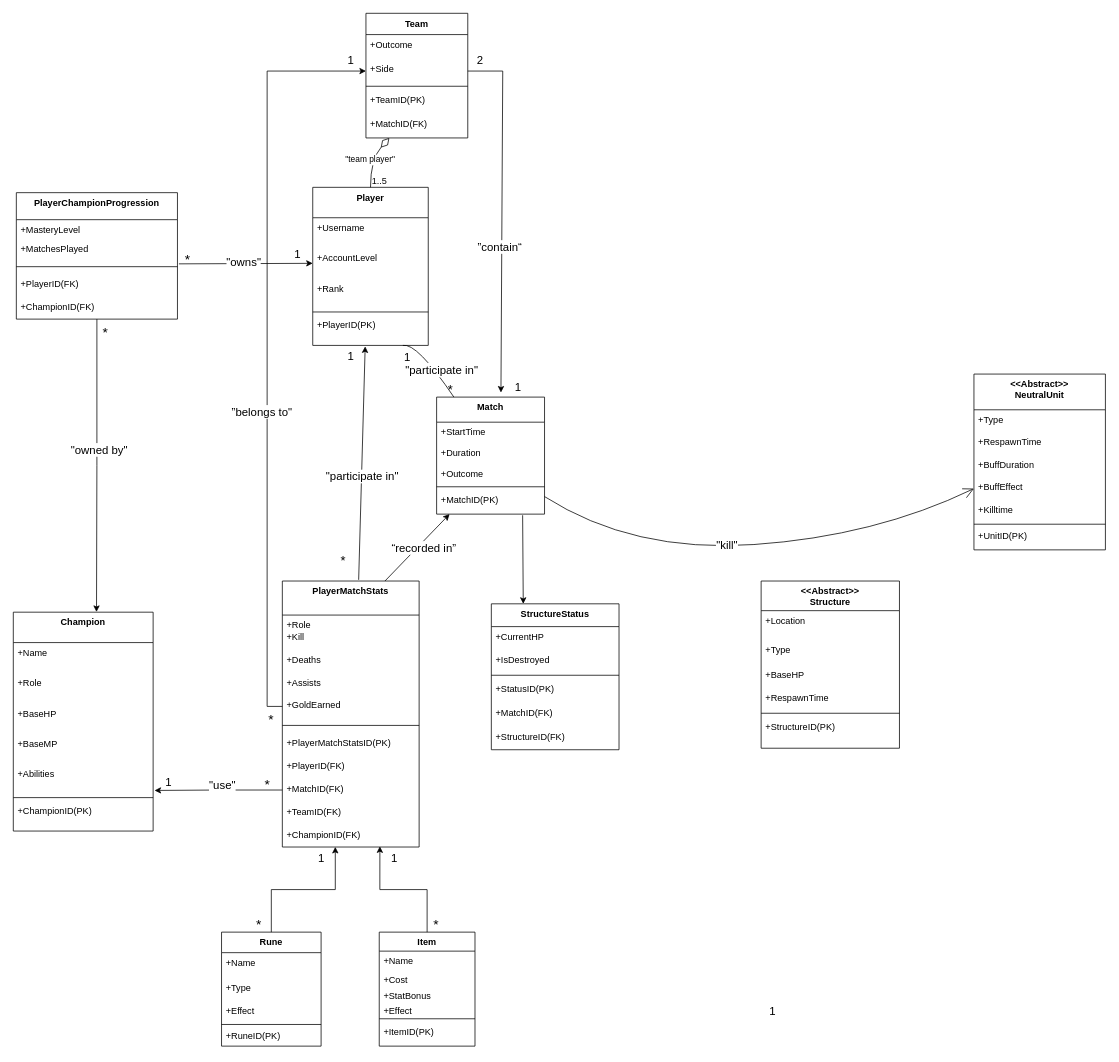
Above: 测试1.drawio in mushroomAAA/draw.io (draw.io), before the change. Source tidied: cells renumbered, new cells numbered last; positions are measured from the earlier drawing's top-left corner, leaving out a move shared by most shapes. Both pictures are drawn from the tidied source at 76%, with x=0, y=0 at pixel (13, 13).
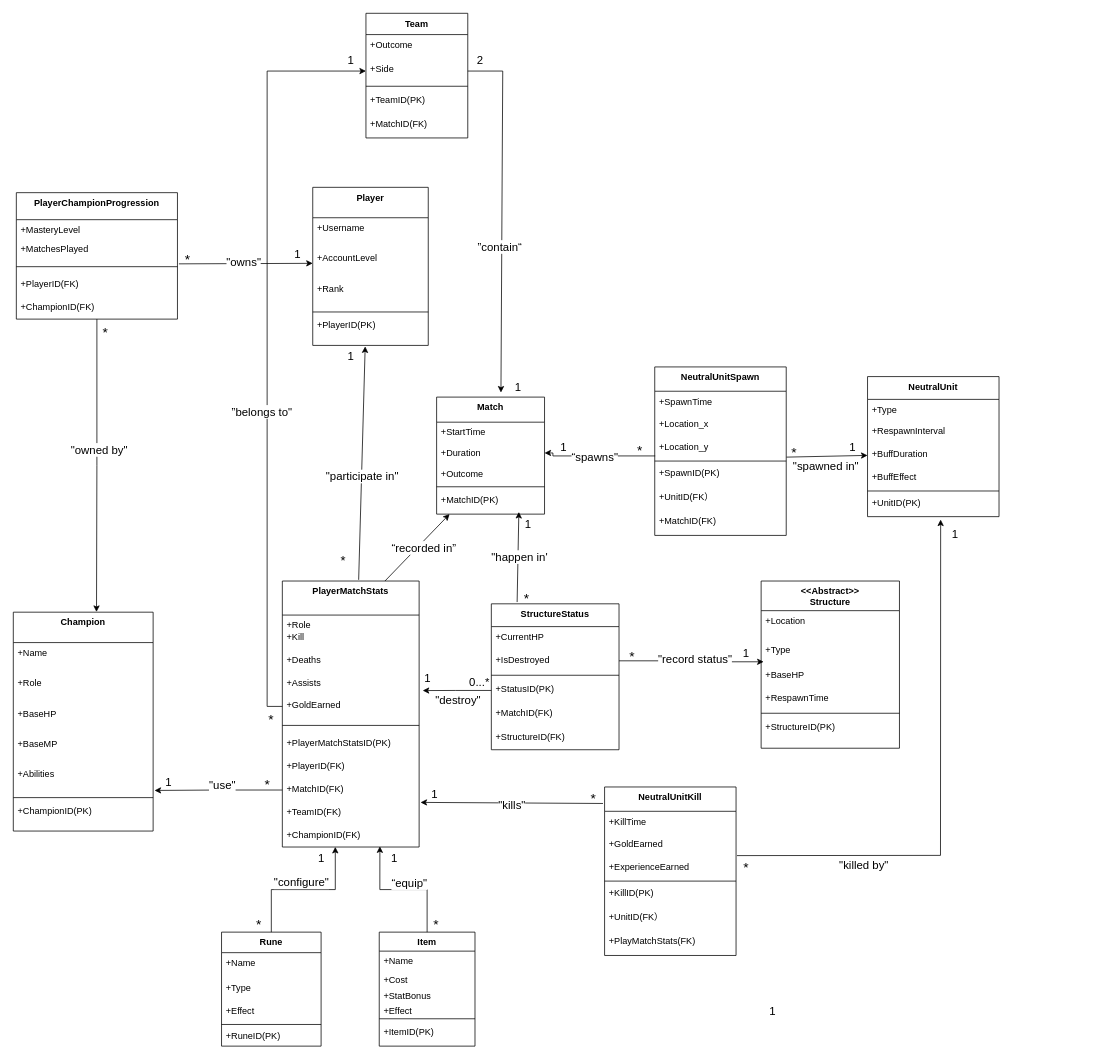
The same page after the edit.

The change refers to these unchanged cells:
```xml
<mxCell id="5" value="+BaseHP" style="text;strokeColor=none;fillColor=none;align=left;verticalAlign=top;spacingLeft=4;spacingRight=4;overflow=hidden;points=[[0,0.5],[1,0.5]];portConstraint=eastwest;" parent="2" vertex="1">
  <mxGeometry y="110" width="182" height="30" as="geometry" />
</mxCell>
<mxCell id="17" value="Team" style="swimlane;fontStyle=1;align=center;verticalAlign=top;horizontal=1;startSize=28;" parent="1" vertex="1">
  <mxGeometry x="464" width="134" height="164" as="geometry" />
</mxCell>
<mxCell id="23" value="Player" style="swimlane;fontStyle=1;align=center;verticalAlign=top;horizontal=1;startSize=40;" parent="1" vertex="1">
  <mxGeometry x="394" y="229" width="152" height="208" as="geometry" />
</mxCell>
<mxCell id="37" value="Match" style="swimlane;fontStyle=1;align=center;verticalAlign=top;horizontal=1;startSize=33;" parent="1" vertex="1">
  <mxGeometry x="557" y="505" width="142" height="154" as="geometry" />
</mxCell>
<mxCell id="39" value="+Duration" style="text;strokeColor=none;fillColor=none;align=left;verticalAlign=top;spacingLeft=4;spacingRight=4;overflow=hidden;points=[[0,0.5],[1,0.5]];portConstraint=eastwest;" parent="37" vertex="1">
  <mxGeometry y="60" width="142" height="27" as="geometry" />
</mxCell>
<mxCell id="42" value="+MatchID(PK)" style="text;strokeColor=none;fillColor=none;align=left;verticalAlign=top;spacingLeft=4;spacingRight=4;overflow=hidden;points=[[0,0.5],[1,0.5]];portConstraint=eastwest;" parent="37" vertex="1">
  <mxGeometry y="122" width="142" height="32" as="geometry" />
</mxCell>
<mxCell id="67" value="+GoldEarned" style="text;strokeColor=none;fillColor=none;align=left;verticalAlign=top;spacingLeft=4;spacingRight=4;overflow=hidden;points=[[0,0.5],[1,0.5]];portConstraint=eastwest;" parent="62" vertex="1">
  <mxGeometry y="150" width="180" height="30" as="geometry" />
</mxCell>
<mxCell id="72" value="+TeamID(FK)" style="text;strokeColor=none;fillColor=none;align=left;verticalAlign=top;spacingLeft=4;spacingRight=4;overflow=hidden;points=[[0,0.5],[1,0.5]];portConstraint=eastwest;" parent="62" vertex="1">
  <mxGeometry y="290" width="180" height="30" as="geometry" />
</mxCell>
<mxCell id="85" value="StructureStatus" style="swimlane;fontStyle=1;align=center;verticalAlign=top;horizontal=1;startSize=30;" parent="1" vertex="1">
  <mxGeometry x="629" y="777" width="168" height="192" as="geometry" />
</mxCell>
<mxCell id="87" value="+IsDestroyed" style="text;strokeColor=none;fillColor=none;align=left;verticalAlign=top;spacingLeft=4;spacingRight=4;overflow=hidden;points=[[0,0.5],[1,0.5]];portConstraint=eastwest;" parent="85" vertex="1">
  <mxGeometry y="60" width="168" height="30" as="geometry" />
</mxCell>
<mxCell id="89" value="+StatusID(PK)" style="text;strokeColor=none;fillColor=none;align=left;verticalAlign=top;spacingLeft=4;spacingRight=4;overflow=hidden;points=[[0,0.5],[1,0.5]];portConstraint=eastwest;" parent="85" vertex="1">
  <mxGeometry y="98" width="168" height="32" as="geometry" />
</mxCell>
<mxCell id="114" style="edgeStyle=orthogonalEdgeStyle;rounded=0;jettySize=auto;html=1;entryX=0.713;entryY=0.971;entryDx=0;entryDy=0;entryPerimeter=0;" parent="1" edge="1" source="43" target="73">
  <mxGeometry relative="1" as="geometry" />
</mxCell>
<mxCell id="115" style="edgeStyle=orthogonalEdgeStyle;rounded=0;jettySize=auto;html=1;entryX=0.387;entryY=0.995;entryDx=0;entryDy=0;entryPerimeter=0;" parent="1" edge="1" source="50" target="73">
  <mxGeometry relative="1" as="geometry" />
</mxCell>
```

Diff of the diagram source:
```diff
@@
-    <mxCell id="9" value="&lt;&lt;Abstract&gt;&gt;&#10;NeutralUnit" style="swimlane;fontStyle=1;align=center;verticalAlign=top;horizontal=1;startSize=47;" parent="1" vertex="1">
-      <mxGeometry x="1264" y="474.7" width="173" height="231.3" as="geometry" />
+    <mxCell id="9" value="NeutralUnit" style="swimlane;fontStyle=1;align=center;verticalAlign=top;horizontal=1;startSize=30;" parent="1" vertex="1">
+      <mxGeometry x="1124" y="478" width="173" height="184.3" as="geometry" />
     </mxCell>
     <mxCell id="10" value="+Type" style="text;strokeColor=none;fillColor=none;align=left;verticalAlign=top;spacingLeft=4;spacingRight=4;overflow=hidden;" parent="9" vertex="1">
-      <mxGeometry y="47" width="173" height="28.7" as="geometry" />
+      <mxGeometry y="30" width="173" height="28.7" as="geometry" />
     </mxCell>
-    <mxCell id="11" value="+RespawnTime" style="text;strokeColor=none;fillColor=none;align=left;verticalAlign=top;spacingLeft=4;spacingRight=4;overflow=hidden;" parent="9" vertex="1">
-      <mxGeometry y="75.7" width="173" height="30" as="geometry" />
+    <mxCell id="11" value="+RespawnInterval" style="text;strokeColor=none;fillColor=none;align=left;verticalAlign=top;spacingLeft=4;spacingRight=4;overflow=hidden;" parent="9" vertex="1">
+      <mxGeometry y="58.7" width="173" height="30" as="geometry" />
     </mxCell>
     <mxCell id="12" value="+BuffDuration" style="text;strokeColor=none;fillColor=none;align=left;verticalAlign=top;spacingLeft=4;spacingRight=4;overflow=hidden;points=[[0,0.5],[1,0.5]];portConstraint=eastwest;" parent="9" vertex="1">
-      <mxGeometry y="105.7" width="173" height="30" as="geometry" />
+      <mxGeometry y="88.7" width="173" height="30" as="geometry" />
     </mxCell>
     <mxCell id="13" value="+BuffEffect" style="text;strokeColor=none;fillColor=none;align=left;verticalAlign=top;spacingLeft=4;spacingRight=4;overflow=hidden;points=[[0,0.5],[1,0.5]];portConstraint=eastwest;" parent="9" vertex="1">
-      <mxGeometry y="135.7" width="173" height="30" as="geometry" />
+      <mxGeometry y="118.7" width="173" height="30" as="geometry" />
     </mxCell>
-    <mxCell id="14" value="+Killtime" style="text;strokeColor=none;fillColor=none;align=left;verticalAlign=top;spacingLeft=4;spacingRight=4;overflow=hidden;" parent="9" vertex="1">
-      <mxGeometry y="165.7" width="173" height="30" as="geometry" />
-    </mxCell>
     <mxCell id="15" style="line;strokeWidth=1;fillColor=none;align=left;verticalAlign=middle;spacingTop=-1;spacingLeft=3;spacingRight=3;labelPosition=right;strokeColor=inherit;" parent="9" vertex="1">
-      <mxGeometry y="195.7" width="173" height="3.7" as="geometry" />
+      <mxGeometry y="148.7" width="173" height="3.7" as="geometry" />
     </mxCell>
     <mxCell id="16" value="+UnitID(PK)" style="text;strokeColor=none;fillColor=none;align=left;verticalAlign=top;spacingLeft=4;spacingRight=4;overflow=hidden;points=[[0,0.5],[1,0.5]];portConstraint=eastwest;" parent="9" vertex="1">
-      <mxGeometry y="199.3" width="173" height="32" as="geometry" />
+      <mxGeometry y="152.3" width="173" height="32" as="geometry" />
     </mxCell>
@@
-    <mxCell id="74" value="&quot;team player&quot;" style="curved=1;startArrow=diamondThin;startSize=14;startFill=0;endArrow=none;exitX=0.23;exitY=1;entryX=0.5;entryY=0;rounded=0;" parent="1" edge="1" source="17" target="23">
-      <mxGeometry relative="1" as="geometry">
-        <Array as="points">
-          <mxPoint x="470" y="192" />
-        </Array>
-      </mxGeometry>
-    </mxCell>
-    <mxCell id="75" value="1..5" style="edgeLabel;labelBackgroundColor=none;fontSize=12;align=left;verticalAlign=bottom;" parent="74" vertex="1">
-      <mxGeometry x="1" relative="1" as="geometry" />
-    </mxCell>
-    <mxCell id="76" value="&quot;participate in&quot;" style="curved=1;startArrow=none;endArrow=none;exitX=0.78;exitY=1;entryX=0.16;entryY=0;rounded=0;fontSize=15;" parent="1" edge="1" source="23" target="37">
-      <mxGeometry x="0.25" y="8" relative="1" as="geometry">
-        <Array as="points">
-          <mxPoint x="531" y="433" />
-        </Array>
-        <mxPoint y="1" as="offset" />
-      </mxGeometry>
-    </mxCell>
-    <mxCell id="77" value="1" style="edgeLabel;labelBackgroundColor=none;fontSize=15;align=left;verticalAlign=top;" parent="76" vertex="1">
-      <mxGeometry x="-1" relative="1" as="geometry" />
-    </mxCell>
-    <mxCell id="78" value="*" style="edgeLabel;labelBackgroundColor=none;fontSize=17;align=right;verticalAlign=bottom;" parent="76" vertex="1">
-      <mxGeometry x="1" relative="1" as="geometry" />
-    </mxCell>
-    <mxCell id="79" style="curved=1;startArrow=none;endArrow=open;endSize=12;exitX=1;exitY=0.85;rounded=0;entryX=0;entryY=0.5;entryDx=0;entryDy=0;" parent="1" edge="1" source="37" target="13">
-      <mxGeometry relative="1" as="geometry">
-        <Array as="points">
-          <mxPoint x="815" y="710" />
-          <mxPoint x="1134" y="688" />
-        </Array>
-      </mxGeometry>
-    </mxCell>
-    <mxCell id="80" value="&quot;kill&quot;" style="edgeLabel;html=1;align=center;verticalAlign=middle;fontSize=15;" parent="79" vertex="1">
-      <mxGeometry x="-0.13" y="2" relative="1" as="geometry" />
-    </mxCell>
@@
+    <mxCell id="121" value="“equip&quot;" style="edgeLabel;html=1;align=center;verticalAlign=middle;fontSize=15;" parent="114" vertex="1">
+      <mxGeometry x="-0.16" relative="1" as="geometry">
+        <mxPoint x="-6" y="-10" as="offset" />
+      </mxGeometry>
+    </mxCell>
@@
+    <mxCell id="122" value="&quot;configure&quot;" style="edgeLabel;html=1;align=center;verticalAlign=middle;fontSize=15;" parent="115" vertex="1">
+      <mxGeometry x="0.04" y="-1" relative="1" as="geometry">
+        <mxPoint x="-7" y="-12" as="offset" />
+      </mxGeometry>
+    </mxCell>
@@
-    <mxCell id="120" style="endArrow=classic;html=1;rounded=0;entryX=0.25;entryY=0;entryDx=0;entryDy=0;exitX=0.797;exitY=1.045;exitDx=0;exitDy=0;exitPerimeter=0;" parent="1" edge="1" source="42" target="85">
-      <mxGeometry relative="1" as="geometry" />
-    </mxCell>
+    <mxCell id="123" style="edgeStyle=orthogonalEdgeStyle;rounded=0;jettySize=auto;html=1;exitX=1;exitY=0.5;exitDx=0;exitDy=0;entryX=0.018;entryY=-0.124;entryDx=0;entryDy=0;entryPerimeter=0;" parent="1" edge="1" source="87" target="5">
+      <mxGeometry relative="1" as="geometry" />
+    </mxCell>
+    <mxCell id="124" value="&quot;record status&quot;" style="edgeLabel;html=1;align=center;verticalAlign=middle;fontSize=15;" parent="123" vertex="1">
+      <mxGeometry x="0.07" y="4" relative="1" as="geometry">
+        <mxPoint x="-1" as="offset" />
+      </mxGeometry>
+    </mxCell>
+    <mxCell id="125" value="1" style="text;html=1;align=center;verticalAlign=middle;strokeColor=none;fillColor=none;fontSize=15;" parent="1" vertex="1">
+      <mxGeometry x="949" y="826" width="30" height="30" as="geometry" />
+    </mxCell>
+    <mxCell id="126" value="*" style="text;html=1;align=center;verticalAlign=middle;strokeColor=none;fillColor=none;fontSize=18;" parent="1" vertex="1">
+      <mxGeometry x="799" y="827" width="30" height="40" as="geometry" />
+    </mxCell>
+    <mxCell id="127" style="endArrow=classic;html=1;rounded=0;entryX=0.762;entryY=0.911;entryDx=0;entryDy=0;entryPerimeter=0;exitX=0.202;exitY=-0.012;exitDx=0;exitDy=0;exitPerimeter=0;" parent="1" edge="1" source="85" target="42">
+      <mxGeometry relative="1" as="geometry" />
+    </mxCell>
+    <mxCell id="128" value="&quot;happen in'" style="edgeLabel;html=1;align=center;verticalAlign=middle;fontSize=15;" parent="127" vertex="1">
+      <mxGeometry x="0.01" y="-1" relative="1" as="geometry" />
+    </mxCell>
+    <mxCell id="129" value="1" style="text;html=1;align=center;verticalAlign=middle;strokeColor=none;fillColor=none;fontSize=15;" parent="1" vertex="1">
+      <mxGeometry x="662" y="657" width="30" height="30" as="geometry" />
+    </mxCell>
+    <mxCell id="130" value="*" style="text;html=1;align=center;verticalAlign=middle;strokeColor=none;fillColor=none;fontSize=18;" parent="1" vertex="1">
+      <mxGeometry x="660" y="751" width="30" height="40" as="geometry" />
+    </mxCell>
+    <mxCell id="131" style="edgeStyle=orthogonalEdgeStyle;rounded=0;jettySize=auto;html=1;entryX=1.026;entryY=-0.195;entryDx=0;entryDy=0;entryPerimeter=0;" parent="1" edge="1" source="89" target="67">
+      <mxGeometry relative="1" as="geometry" />
+    </mxCell>
+    <mxCell id="132" value="&quot;destroy&quot;" style="edgeLabel;html=1;align=center;verticalAlign=middle;fontSize=15;" parent="131" vertex="1">
+      <mxGeometry x="-0.06" y="2" relative="1" as="geometry">
+        <mxPoint x="-2" y="9" as="offset" />
+      </mxGeometry>
+    </mxCell>
+    <mxCell id="133" value="1" style="text;html=1;align=center;verticalAlign=middle;strokeColor=none;fillColor=none;fontSize=15;" parent="1" vertex="1">
+      <mxGeometry x="530" y="860" width="30" height="30" as="geometry" />
+    </mxCell>
+    <mxCell id="134" value="0...*" style="text;html=1;align=center;verticalAlign=middle;strokeColor=none;fillColor=none;fontSize=15;" parent="1" vertex="1">
+      <mxGeometry x="588" y="864" width="50" height="30" as="geometry" />
+    </mxCell>
+    <mxCell id="135" value="NeutralUnitSpawn" style="swimlane;fontStyle=1;align=center;verticalAlign=top;horizontal=1;startSize=32;" parent="1" vertex="1">
+      <mxGeometry x="844" y="465.3" width="173" height="221.7" as="geometry" />
+    </mxCell>
+    <mxCell id="136" value="+SpawnTime" style="text;strokeColor=none;fillColor=none;align=left;verticalAlign=top;spacingLeft=4;spacingRight=4;overflow=hidden;" parent="135" vertex="1">
+      <mxGeometry y="32" width="173" height="30" as="geometry" />
+    </mxCell>
+    <mxCell id="137" value="+Location_x" style="text;strokeColor=none;fillColor=none;align=left;verticalAlign=top;spacingLeft=4;spacingRight=4;overflow=hidden;" parent="135" vertex="1">
+      <mxGeometry y="62" width="173" height="30" as="geometry" />
+    </mxCell>
+    <mxCell id="138" value="+Location_y" style="text;strokeColor=none;fillColor=none;align=left;verticalAlign=top;spacingLeft=4;spacingRight=4;overflow=hidden;" parent="135" vertex="1">
+      <mxGeometry y="92" width="173" height="30" as="geometry" />
+    </mxCell>
+    <mxCell id="139" style="line;strokeWidth=1;fillColor=none;align=left;verticalAlign=middle;spacingTop=-1;spacingLeft=3;spacingRight=3;labelPosition=right;strokeColor=inherit;" parent="135" vertex="1">
+      <mxGeometry y="122" width="173" height="3.7" as="geometry" />
+    </mxCell>
+    <mxCell id="140" value="+SpawnID(PK)" style="text;strokeColor=none;fillColor=none;align=left;verticalAlign=top;spacingLeft=4;spacingRight=4;overflow=hidden;points=[[0,0.5],[1,0.5]];portConstraint=eastwest;" parent="135" vertex="1">
+      <mxGeometry y="125.7" width="173" height="32" as="geometry" />
+    </mxCell>
+    <mxCell id="141" value="+UnitID(FK）" style="text;strokeColor=none;fillColor=none;align=left;verticalAlign=top;spacingLeft=4;spacingRight=4;overflow=hidden;" parent="135" vertex="1">
+      <mxGeometry y="157.7" width="173" height="32" as="geometry" />
+    </mxCell>
+    <mxCell id="142" value="+MatchID(FK)" style="text;strokeColor=none;fillColor=none;align=left;verticalAlign=top;spacingLeft=4;spacingRight=4;overflow=hidden;" parent="135" vertex="1">
+      <mxGeometry y="189.7" width="173" height="32" as="geometry" />
+    </mxCell>
+    <mxCell id="143" value="NeutralUnitKill" style="swimlane;fontStyle=1;align=center;verticalAlign=top;horizontal=1;startSize=32;" parent="1" vertex="1">
+      <mxGeometry x="778" y="1018" width="173" height="221.7" as="geometry" />
+    </mxCell>
+    <mxCell id="144" value="+KillTime" style="text;strokeColor=none;fillColor=none;align=left;verticalAlign=top;spacingLeft=4;spacingRight=4;overflow=hidden;points=[[0,0.5],[1,0.5]];portConstraint=eastwest;" parent="143" vertex="1">
+      <mxGeometry y="32" width="173" height="30" as="geometry" />
+    </mxCell>
+    <mxCell id="145" value="+GoldEarned" style="text;strokeColor=none;fillColor=none;align=left;verticalAlign=top;spacingLeft=4;spacingRight=4;overflow=hidden;" parent="143" vertex="1">
+      <mxGeometry y="62" width="173" height="30" as="geometry" />
+    </mxCell>
+    <mxCell id="146" value="+ExperienceEarned" style="text;strokeColor=none;fillColor=none;align=left;verticalAlign=top;spacingLeft=4;spacingRight=4;overflow=hidden;points=[[0,0.5],[1,0.5]];portConstraint=eastwest;" parent="143" vertex="1">
+      <mxGeometry y="92" width="173" height="30" as="geometry" />
+    </mxCell>
+    <mxCell id="147" style="line;strokeWidth=1;fillColor=none;align=left;verticalAlign=middle;spacingTop=-1;spacingLeft=3;spacingRight=3;labelPosition=right;strokeColor=inherit;" parent="143" vertex="1">
+      <mxGeometry y="122" width="173" height="3.7" as="geometry" />
+    </mxCell>
+    <mxCell id="148" value="+KillID(PK)" style="text;strokeColor=none;fillColor=none;align=left;verticalAlign=top;spacingLeft=4;spacingRight=4;overflow=hidden;" parent="143" vertex="1">
+      <mxGeometry y="125.7" width="173" height="32" as="geometry" />
+    </mxCell>
+    <mxCell id="149" value="+UnitID(FK）" style="text;strokeColor=none;fillColor=none;align=left;verticalAlign=top;spacingLeft=4;spacingRight=4;overflow=hidden;" parent="143" vertex="1">
+      <mxGeometry y="157.7" width="173" height="32" as="geometry" />
+    </mxCell>
+    <mxCell id="150" value="+PlayMatchStats(FK)" style="text;strokeColor=none;fillColor=none;align=left;verticalAlign=top;spacingLeft=4;spacingRight=4;overflow=hidden;" parent="143" vertex="1">
+      <mxGeometry y="189.7" width="173" height="32" as="geometry" />
+    </mxCell>
+    <mxCell id="151" style="edgeStyle=orthogonalEdgeStyle;rounded=0;jettySize=auto;html=1;entryX=1;entryY=0.5;entryDx=0;entryDy=0;" parent="1" edge="1" target="39">
+      <mxGeometry relative="1" as="geometry">
+        <mxPoint x="844.6" y="582.4" as="sourcePoint" />
+        <Array as="points">
+          <mxPoint x="710" y="582" />
+          <mxPoint x="710" y="578" />
+        </Array>
+      </mxGeometry>
+    </mxCell>
+    <mxCell id="152" value="“spawns&quot;" style="edgeLabel;html=1;align=center;verticalAlign=middle;fontSize=15;" parent="151" vertex="1">
+      <mxGeometry x="0.07" y="4" relative="1" as="geometry">
+        <mxPoint y="-3" as="offset" />
+      </mxGeometry>
+    </mxCell>
+    <mxCell id="153" style="endArrow=classic;html=1;rounded=0;entryX=0;entryY=0.5;entryDx=0;entryDy=0;exitX=1.002;exitY=-0.219;exitDx=0;exitDy=0;exitPerimeter=0;" parent="1" edge="1" source="140" target="12">
+      <mxGeometry relative="1" as="geometry" />
+    </mxCell>
+    <mxCell id="154" value="&quot;spawned in&quot;" style="edgeLabel;html=1;align=center;verticalAlign=middle;fontSize=15;" parent="153" vertex="1">
+      <mxGeometry x="-0.04" y="-5" relative="1" as="geometry">
+        <mxPoint y="7" as="offset" />
+      </mxGeometry>
+    </mxCell>
+    <mxCell id="155" value="1" style="text;html=1;align=center;verticalAlign=middle;strokeColor=none;fillColor=none;fontSize=15;" parent="1" vertex="1">
+      <mxGeometry x="709" y="556" width="30" height="30" as="geometry" />
+    </mxCell>
+    <mxCell id="156" value="*" style="text;html=1;align=center;verticalAlign=middle;strokeColor=none;fillColor=none;fontSize=18;" parent="1" vertex="1">
+      <mxGeometry x="809" y="556" width="30" height="40" as="geometry" />
+    </mxCell>
+    <mxCell id="157" value="1" style="text;html=1;align=center;verticalAlign=middle;strokeColor=none;fillColor=none;fontSize=15;" parent="1" vertex="1">
+      <mxGeometry x="1089" y="555" width="30" height="30" as="geometry" />
+    </mxCell>
+    <mxCell id="158" value="*" style="text;html=1;align=center;verticalAlign=middle;strokeColor=none;fillColor=none;fontSize=18;" parent="1" vertex="1">
+      <mxGeometry x="1012" y="558" width="30" height="40" as="geometry" />
+    </mxCell>
+    <mxCell id="159" style="endArrow=classic;html=1;rounded=0;entryX=1.01;entryY=0.043;entryDx=0;entryDy=0;entryPerimeter=0;exitX=-0.012;exitY=-0.343;exitDx=0;exitDy=0;exitPerimeter=0;" parent="1" edge="1" source="144" target="72">
+      <mxGeometry relative="1" as="geometry" />
+    </mxCell>
+    <mxCell id="160" value="&quot;kills&quot;" style="edgeLabel;html=1;align=center;verticalAlign=middle;fontSize=15;" parent="159" vertex="1">
+      <mxGeometry y="1" relative="1" as="geometry" />
+    </mxCell>
+    <mxCell id="161" style="endArrow=classic;html=1;rounded=0;entryX=0.556;entryY=1.119;entryDx=0;entryDy=0;entryPerimeter=0;exitX=1.007;exitY=-0.057;exitDx=0;exitDy=0;exitPerimeter=0;" parent="1" edge="1" source="146" target="16">
+      <mxGeometry relative="1" as="geometry">
+        <Array as="points">
+          <mxPoint x="1220" y="1108" />
+        </Array>
+      </mxGeometry>
+    </mxCell>
+    <mxCell id="162" value="&quot;killed by&quot;" style="edgeLabel;html=1;align=center;verticalAlign=middle;fontSize=15;" parent="161" vertex="1">
+      <mxGeometry x="-0.53" y="-12" relative="1" as="geometry">
+        <mxPoint x="-1" as="offset" />
+      </mxGeometry>
+    </mxCell>
+    <mxCell id="163" value="1" style="text;html=1;align=center;verticalAlign=middle;strokeColor=none;fillColor=none;fontSize=15;" parent="1" vertex="1">
+      <mxGeometry x="539" y="1012" width="30" height="30" as="geometry" />
+    </mxCell>
+    <mxCell id="164" value="*" style="text;html=1;align=center;verticalAlign=middle;strokeColor=none;fillColor=none;fontSize=18;" parent="1" vertex="1">
+      <mxGeometry x="748" y="1013" width="30" height="40" as="geometry" />
+    </mxCell>
+    <mxCell id="165" value="1" style="text;html=1;align=center;verticalAlign=middle;strokeColor=none;fillColor=none;fontSize=15;" parent="1" vertex="1">
+      <mxGeometry x="1224" y="670" width="30" height="30" as="geometry" />
+    </mxCell>
+    <mxCell id="166" value="*" style="text;html=1;align=center;verticalAlign=middle;strokeColor=none;fillColor=none;fontSize=18;" parent="1" vertex="1">
+      <mxGeometry x="949" y="1104" width="30" height="40" as="geometry" />
+    </mxCell>
```
